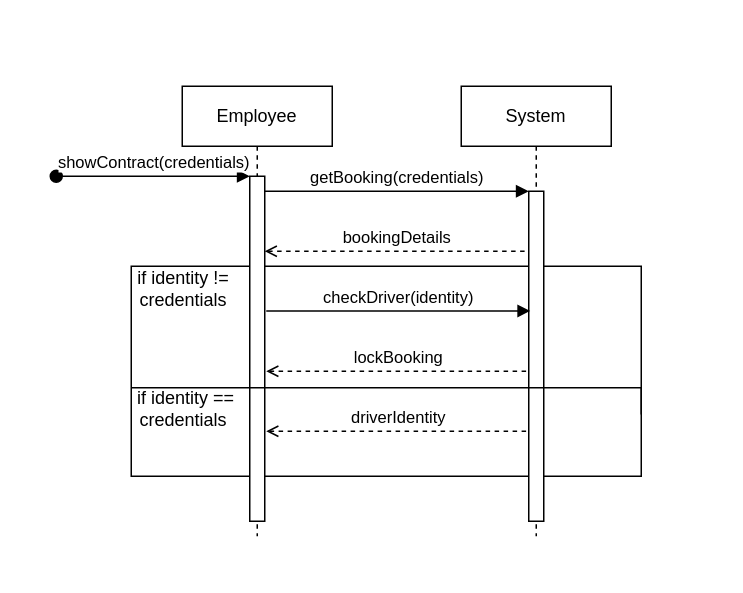
Earlier version of the draw.io diagram diagrams/B2/B2_checkIdentity.drawio (Lenni528/UMLions). Source tidied: cells renumbered, new cells numbered last; positions are measured from the earlier drawing's top-left corner, leaving out a move shared by most shapes. Both pictures are drawn from the tidied source at 150%, with x=0, y=0 at pixel (56, 86).
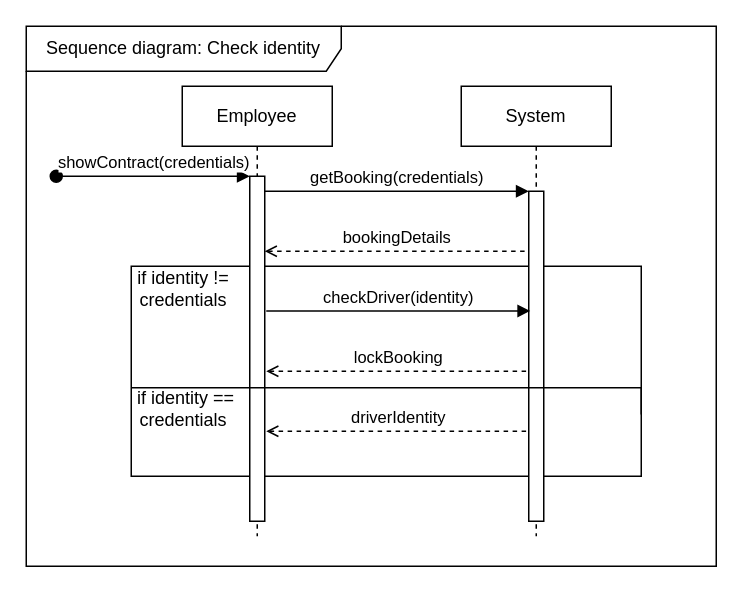
After the change.

What changed in the source:
```diff
@@
+    <mxCell id="16" value="Sequence diagram: Check identity" style="shape=umlFrame;whiteSpace=wrap;html=1;width=210;height=30;" parent="1" vertex="1">
+      <mxGeometry x="-20" y="-40" width="460" height="360" as="geometry" />
+    </mxCell>
```
